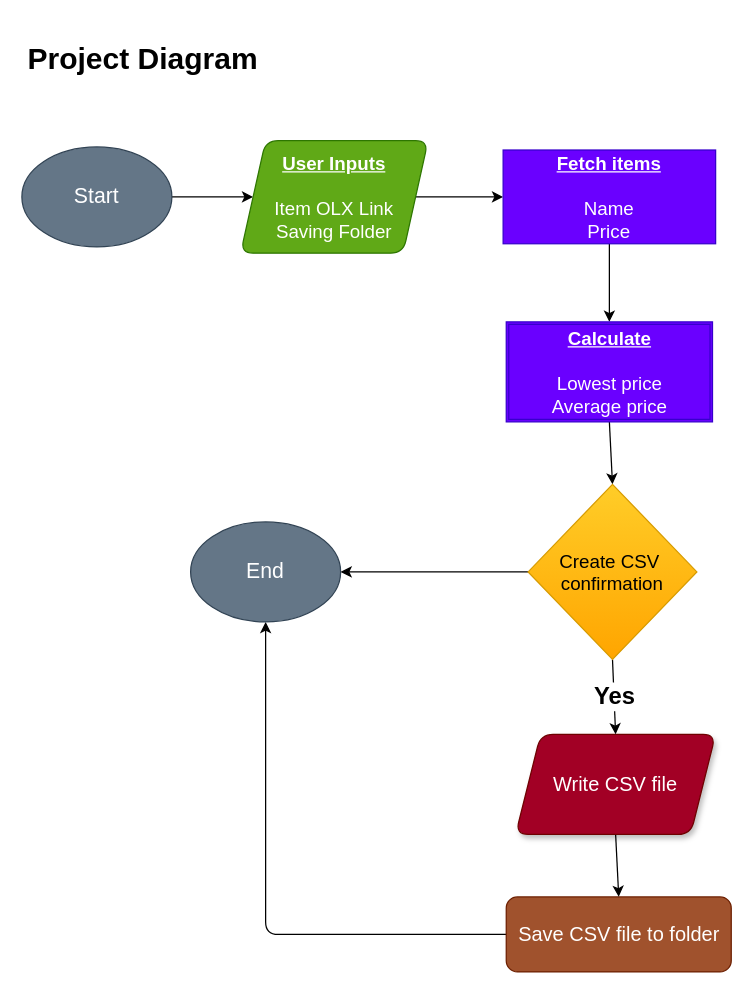
The draw.io diagram diagram.drawio in mostafa-ehab22/OLX-Web-Scraper, before the edit. Source tidied: cells renumbered, new cells numbered last; positions are measured from the earlier drawing's top-left corner, leaving out a move shared by most shapes. Both pictures are drawn from the tidied source at 125%, with x=0, y=0 at pixel (21, 34).
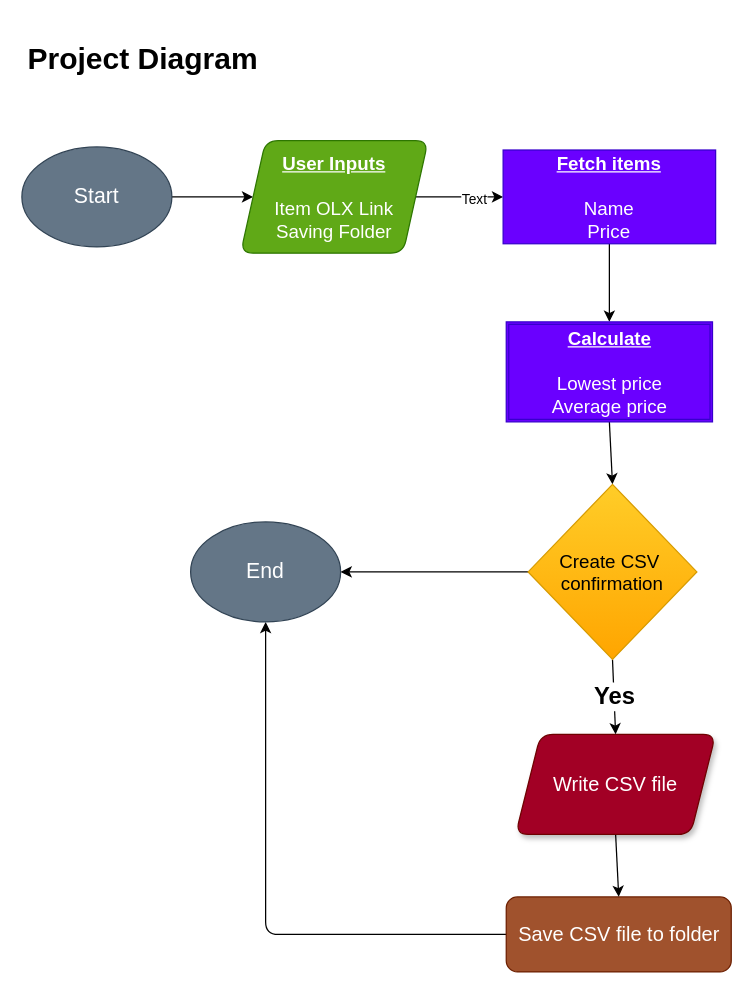
The same diagram, later.

Unchanged cells that the change refers to:
```xml
<mxCell id="4" style="edgeStyle=none;html=1;exitX=1;exitY=0.5;exitDx=0;exitDy=0;entryX=0;entryY=0.5;entryDx=0;entryDy=0;" parent="1" edge="1" source="5" target="8">
  <mxGeometry relative="1" as="geometry" />
</mxCell>
```

The edit, as a diff of the source:
```diff
@@
+    <mxCell id="21" value="Text" style="edgeLabel;html=1;align=center;verticalAlign=middle;" parent="4" vertex="1">
+      <mxGeometry x="0.32" y="-1" relative="1" as="geometry" />
+    </mxCell>
```
